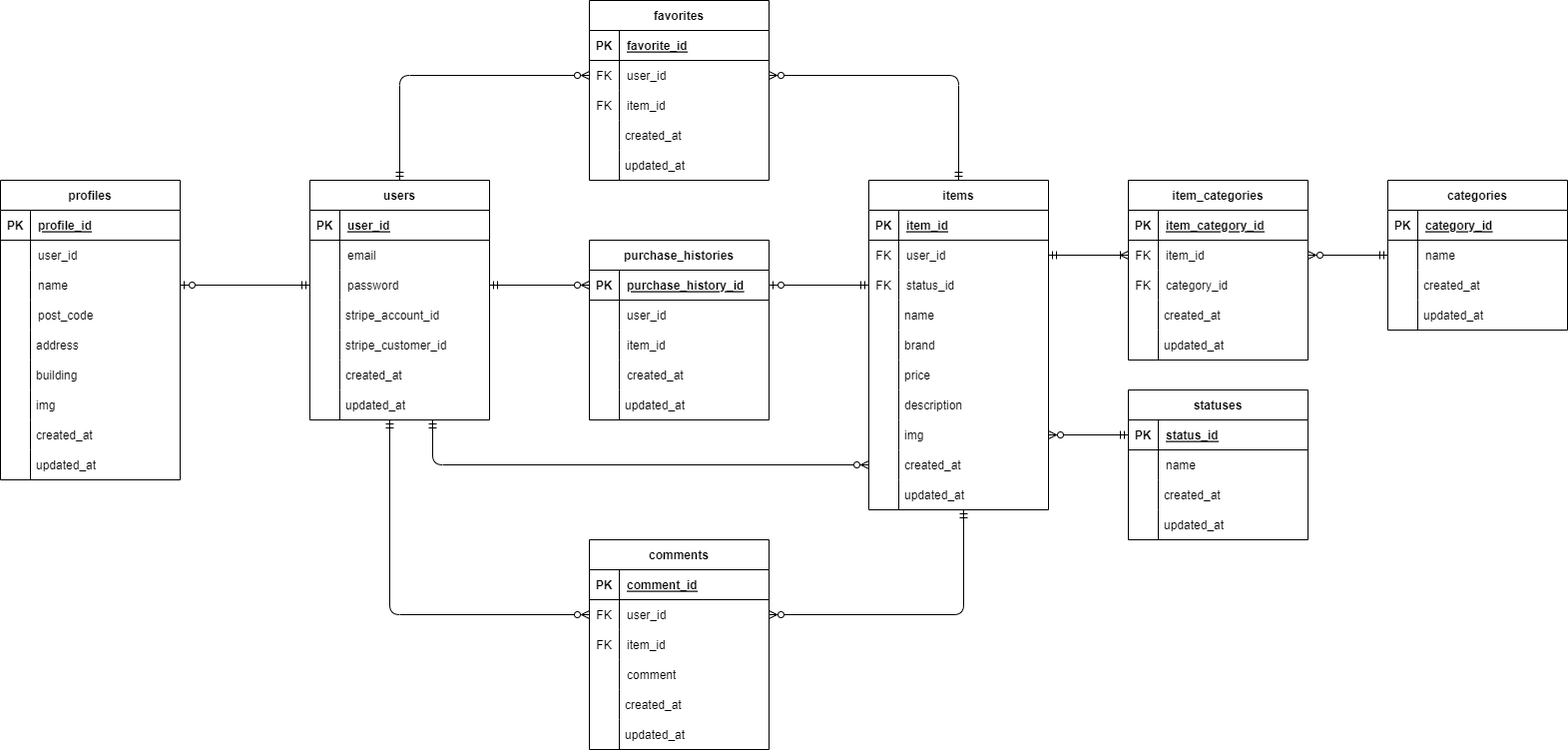
Earlier version of the draw.io export market/market.drawio.png (nakagawa1573/images). Source tidied: cells renumbered, new cells last; positions are measured from the earlier drawing's top-left corner, leaving out a move shared by most shapes.
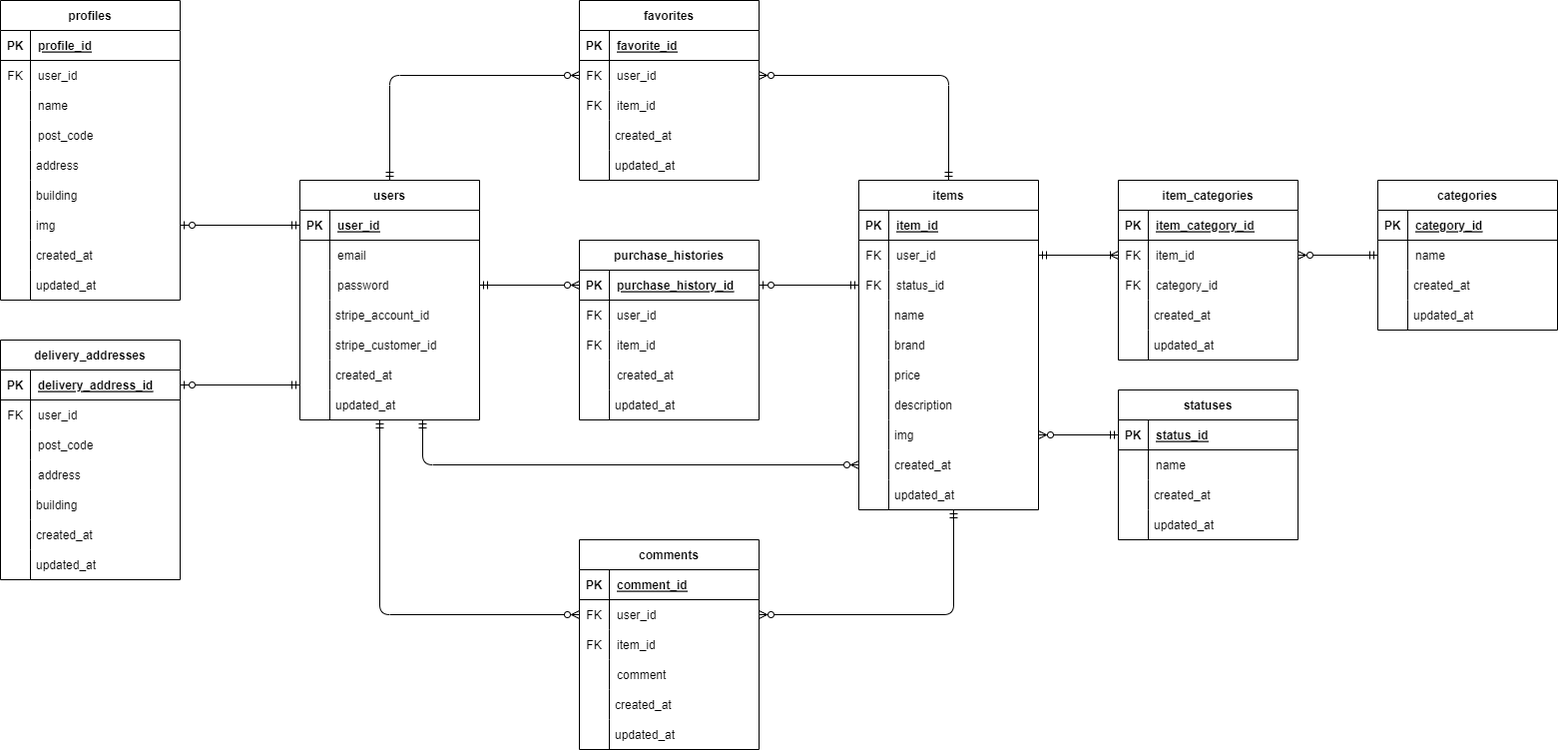
After the commit.

What changed in the source:
```diff
@@ -231,7 +231,7 @@
       <mxGeometry relative="1" as="geometry" />
     </mxCell>
     <mxCell id="72" style="group;" parent="1" vertex="1">
-      <mxGeometry y="180" width="180" height="330" as="geometry" />
+      <mxGeometry x="10" width="180" height="330" as="geometry" />
     </mxCell>
     <mxCell id="73" value="profiles" style="shape=table;startSize=30;rowLines=0;fontStyle=1;align=center;" parent="72" vertex="1">
       <mxGeometry width="180" height="300" as="geometry" />
@@ -248,7 +248,7 @@
     <mxCell id="77" style="shape=tableRow;horizontal=0;startSize=0;swimlaneHead=0;swimlaneBody=0;fillColor=none;top=0;left=0;right=0;bottom=0;" parent="73" vertex="1">
       <mxGeometry y="60" width="180" height="30" as="geometry" />
     </mxCell>
-    <mxCell id="78" style="shape=partialRectangle;fillColor=none;top=0;left=0;bottom=0;right=0;overflow=hidden;" parent="77" vertex="1">
+    <mxCell id="78" value="FK" style="shape=partialRectangle;fillColor=none;top=0;left=0;bottom=0;right=0;overflow=hidden;" parent="77" vertex="1">
       <mxGeometry width="30" height="30" as="geometry" />
     </mxCell>
     <mxCell id="79" value="user_id" style="shape=partialRectangle;fillColor=none;top=0;left=0;bottom=0;right=0;align=left;spacingLeft=6;overflow=hidden;" parent="77" vertex="1">
@@ -302,7 +302,7 @@
     <mxCell id="95" style="shape=partialRectangle;top=0;left=0;bottom=0;fillColor=none;stokeWidth=1;align=left;verticalAlign=middle;spacingLeft=4;spacingRight=4;overflow=hidden;" parent="94" vertex="1">
       <mxGeometry width="30" height="30" as="geometry" />
     </mxCell>
-    <mxCell id="96" style="fontSize=12;html=1;endArrow=ERzeroToOne;endFill=0;startArrow=ERmandOne;startFill=0;entryX=1;entryY=0.5;entryDx=0;entryDy=0;exitX=0;exitY=0.5;exitDx=0;exitDy=0;" parent="1" edge="1" source="11" target="80">
+    <mxCell id="96" style="fontSize=12;html=1;endArrow=ERzeroToOne;endFill=0;startArrow=ERmandOne;startFill=0;entryX=1;entryY=0.5;entryDx=0;entryDy=0;exitX=0;exitY=0.5;exitDx=0;exitDy=0;" parent="1" edge="1" source="5" target="90">
       <mxGeometry relative="1" as="geometry" />
     </mxCell>
     <mxCell id="97" value="created_at" style="shape=partialRectangle;fillColor=none;align=left;verticalAlign=middle;strokeColor=none;spacingLeft=34;" parent="1" vertex="1">
@@ -481,7 +481,7 @@
     <mxCell id="153" style="shape=tableRow;horizontal=0;startSize=0;swimlaneHead=0;swimlaneBody=0;fillColor=none;top=0;left=0;right=0;bottom=0;" parent="149" vertex="1">
       <mxGeometry y="60" width="180" height="30" as="geometry" />
     </mxCell>
-    <mxCell id="154" style="shape=partialRectangle;fillColor=none;top=0;left=0;bottom=0;right=0;overflow=hidden;" parent="153" vertex="1">
+    <mxCell id="154" value="FK" style="shape=partialRectangle;fillColor=none;top=0;left=0;bottom=0;right=0;overflow=hidden;" parent="153" vertex="1">
       <mxGeometry width="30" height="30" as="geometry" />
     </mxCell>
     <mxCell id="155" value="user_id" style="shape=partialRectangle;fillColor=none;top=0;left=0;bottom=0;right=0;align=left;spacingLeft=6;overflow=hidden;" parent="153" vertex="1">
@@ -490,7 +490,7 @@
     <mxCell id="156" style="shape=tableRow;horizontal=0;startSize=0;swimlaneHead=0;swimlaneBody=0;fillColor=none;top=0;left=0;right=0;bottom=0;" parent="149" vertex="1">
       <mxGeometry y="90" width="180" height="30" as="geometry" />
     </mxCell>
-    <mxCell id="157" style="shape=partialRectangle;fillColor=none;top=0;left=0;bottom=0;right=0;overflow=hidden;" parent="156" vertex="1">
+    <mxCell id="157" value="FK" style="shape=partialRectangle;fillColor=none;top=0;left=0;bottom=0;right=0;overflow=hidden;" parent="156" vertex="1">
       <mxGeometry width="30" height="30" as="geometry" />
     </mxCell>
     <mxCell id="158" value="item_id" style="shape=partialRectangle;fillColor=none;top=0;left=0;bottom=0;right=0;align=left;spacingLeft=6;overflow=hidden;" parent="156" vertex="1">
@@ -525,5 +525,71 @@
     <mxCell id="167" style="shape=partialRectangle;top=0;left=0;bottom=0;fillColor=none;stokeWidth=1;align=left;verticalAlign=middle;spacingLeft=4;spacingRight=4;overflow=hidden;" parent="166" vertex="1">
       <mxGeometry width="30" height="30" as="geometry" />
     </mxCell>
+    <mxCell id="168" style="group;" parent="1" vertex="1">
+      <mxGeometry x="10" y="340" width="290" height="250" as="geometry" />
+    </mxCell>
+    <mxCell id="169" style="group;" parent="168" vertex="1">
+      <mxGeometry width="180" height="250" as="geometry" />
+    </mxCell>
+    <mxCell id="170" value="delivery_addresses" style="shape=table;startSize=30;rowLines=0;fontStyle=1;align=center;" parent="169" vertex="1">
+      <mxGeometry width="180" height="240" as="geometry" />
+    </mxCell>
+    <mxCell id="171" style="shape=tableRow;horizontal=0;startSize=0;swimlaneHead=0;swimlaneBody=0;fillColor=none;points=[[0,0.5],[1,0.5]];portConstraint=eastwest;top=0;left=0;right=0;bottom=1;" parent="170" vertex="1">
+      <mxGeometry y="30" width="180" height="30" as="geometry" />
+    </mxCell>
+    <mxCell id="172" value="PK" style="shape=partialRectangle;fillColor=none;top=0;left=0;bottom=0;right=0;fontStyle=1;overflow=hidden;" parent="171" vertex="1">
+      <mxGeometry width="30" height="30" as="geometry" />
+    </mxCell>
+    <mxCell id="173" value="delivery_address_id" style="shape=partialRectangle;fillColor=none;top=0;left=0;bottom=0;right=0;align=left;spacingLeft=6;fontStyle=5;overflow=hidden;" parent="171" vertex="1">
+      <mxGeometry x="30" width="150" height="30" as="geometry" />
+    </mxCell>
+    <mxCell id="174" style="shape=tableRow;horizontal=0;startSize=0;swimlaneHead=0;swimlaneBody=0;fillColor=none;top=0;left=0;right=0;bottom=0;" parent="170" vertex="1">
+      <mxGeometry y="60" width="180" height="30" as="geometry" />
+    </mxCell>
+    <mxCell id="175" value="FK" style="shape=partialRectangle;fillColor=none;top=0;left=0;bottom=0;right=0;overflow=hidden;" parent="174" vertex="1">
+      <mxGeometry width="30" height="30" as="geometry" />
+    </mxCell>
+    <mxCell id="176" value="user_id" style="shape=partialRectangle;fillColor=none;top=0;left=0;bottom=0;right=0;align=left;spacingLeft=6;overflow=hidden;" parent="174" vertex="1">
+      <mxGeometry x="30" width="150" height="30" as="geometry" />
+    </mxCell>
+    <mxCell id="177" style="shape=tableRow;horizontal=0;startSize=0;swimlaneHead=0;swimlaneBody=0;fillColor=none;top=0;left=0;right=0;bottom=0;" parent="170" vertex="1">
+      <mxGeometry y="90" width="180" height="30" as="geometry" />
+    </mxCell>
+    <mxCell id="178" style="shape=partialRectangle;fillColor=none;top=0;left=0;bottom=0;right=0;overflow=hidden;" parent="177" vertex="1">
+      <mxGeometry width="30" height="30" as="geometry" />
+    </mxCell>
+    <mxCell id="179" value="post_code" style="shape=partialRectangle;fillColor=none;top=0;left=0;bottom=0;right=0;align=left;spacingLeft=6;overflow=hidden;" parent="177" vertex="1">
+      <mxGeometry x="30" width="150" height="30" as="geometry" />
+    </mxCell>
+    <mxCell id="180" style="shape=tableRow;horizontal=0;startSize=0;swimlaneHead=0;swimlaneBody=0;fillColor=none;top=0;left=0;right=0;bottom=0;" parent="170" vertex="1">
+      <mxGeometry y="120" width="180" height="30" as="geometry" />
+    </mxCell>
+    <mxCell id="181" style="shape=partialRectangle;fillColor=none;top=0;left=0;bottom=0;right=0;overflow=hidden;" parent="180" vertex="1">
+      <mxGeometry width="30" height="30" as="geometry" />
+    </mxCell>
+    <mxCell id="182" value="address" style="shape=partialRectangle;fillColor=none;top=0;left=0;bottom=0;right=0;align=left;spacingLeft=6;overflow=hidden;" parent="180" vertex="1">
+      <mxGeometry x="30" width="150" height="30" as="geometry" />
+    </mxCell>
+    <mxCell id="183" value="building" style="shape=partialRectangle;fillColor=none;align=left;verticalAlign=middle;strokeColor=none;spacingLeft=34;" parent="169" vertex="1">
+      <mxGeometry y="150" width="180" height="30" as="geometry" />
+    </mxCell>
+    <mxCell id="184" style="shape=partialRectangle;top=0;left=0;bottom=0;fillColor=none;stokeWidth=1;align=left;verticalAlign=middle;spacingLeft=4;spacingRight=4;overflow=hidden;" parent="183" vertex="1">
+      <mxGeometry width="30" height="30" as="geometry" />
+    </mxCell>
+    <mxCell id="185" value="created_at" style="shape=partialRectangle;fillColor=none;align=left;verticalAlign=middle;strokeColor=none;spacingLeft=34;" parent="169" vertex="1">
+      <mxGeometry y="180" width="180" height="30" as="geometry" />
+    </mxCell>
+    <mxCell id="186" style="shape=partialRectangle;top=0;left=0;bottom=0;fillColor=none;stokeWidth=1;align=left;verticalAlign=middle;spacingLeft=4;spacingRight=4;overflow=hidden;" parent="185" vertex="1">
+      <mxGeometry width="30" height="30" as="geometry" />
+    </mxCell>
+    <mxCell id="187" value="updated_at" style="shape=partialRectangle;fillColor=none;align=left;verticalAlign=middle;strokeColor=none;spacingLeft=34;" parent="169" vertex="1">
+      <mxGeometry y="210" width="180" height="30" as="geometry" />
+    </mxCell>
+    <mxCell id="188" style="shape=partialRectangle;top=0;left=0;bottom=0;fillColor=none;stokeWidth=1;align=left;verticalAlign=middle;spacingLeft=4;spacingRight=4;overflow=hidden;" parent="187" vertex="1">
+      <mxGeometry width="30" height="30" as="geometry" />
+    </mxCell>
+    <mxCell id="189" style="fontSize=12;html=1;endArrow=ERmandOne;endFill=0;exitX=1;exitY=0.5;exitDx=0;exitDy=0;entryX=0;entryY=-0.167;entryDx=0;entryDy=0;entryPerimeter=0;startArrow=ERzeroToOne;startFill=0;" parent="1" edge="1" source="171" target="16">
+      <mxGeometry relative="1" as="geometry" />
+    </mxCell>
   </root>
 </mxGraphModel>
```
